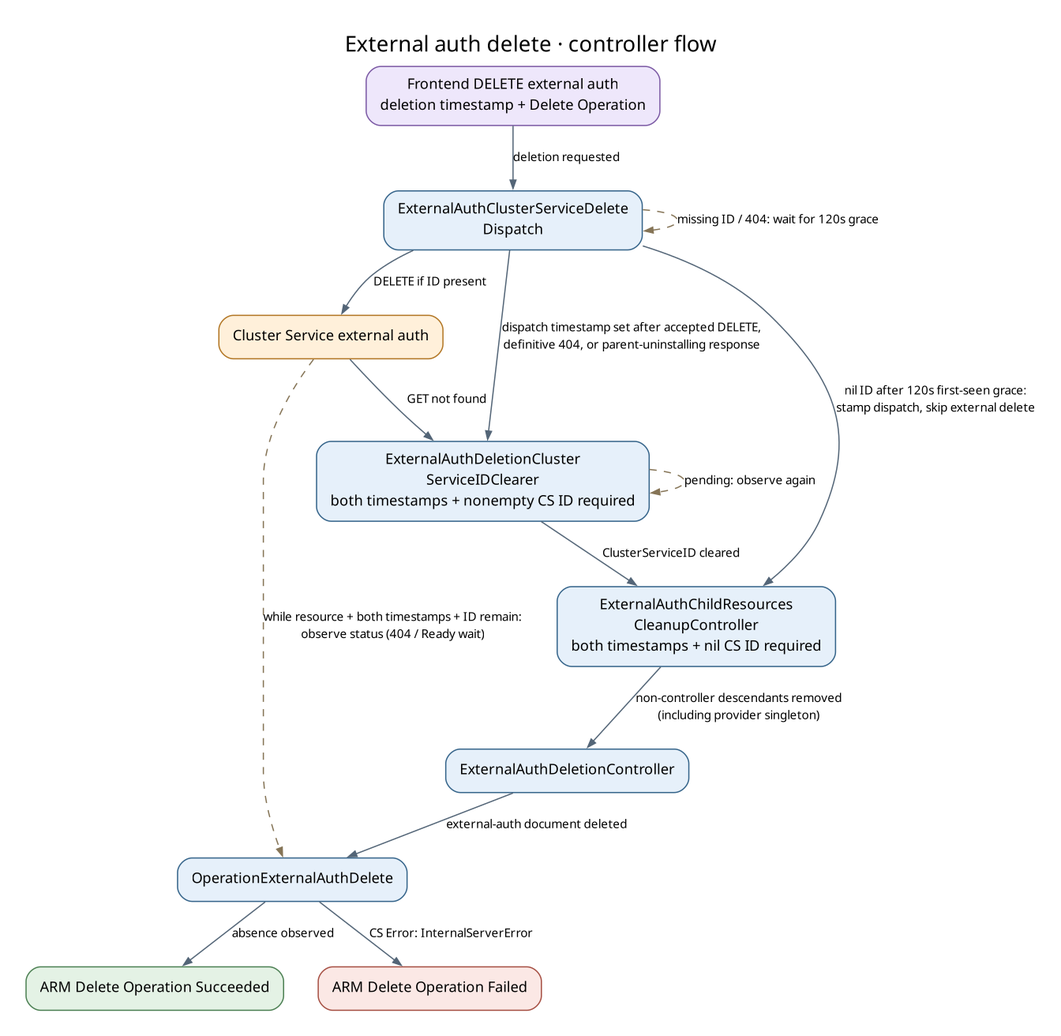
Earlier version of the Graphviz export docs/generated/diagrams/controller-flows/externalauth-delete.png (Azure/ARO-HCP). Its source is kept beside it as docs/generated/diagrams/controller-flows/externalauth-delete.dot.
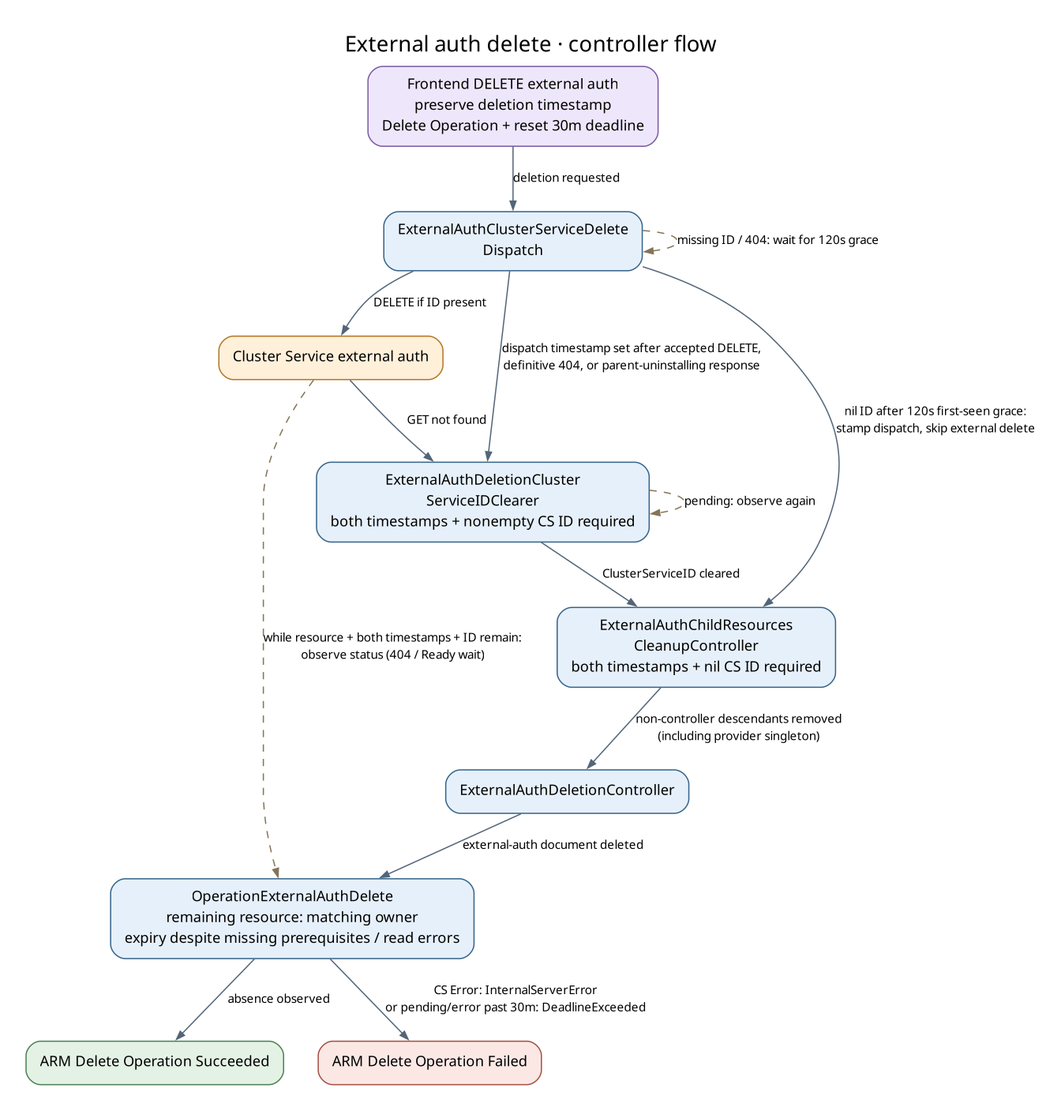
After the change.

What changed in the source:
```diff
@@ -2,13 +2,13 @@
   graph [rankdir=TB, bgcolor="white", pad="0.3", nodesep="0.4", ranksep="0.55", fontname="DejaVu Sans", fontsize=18, labelloc=t, label="External auth delete · controller flow", dpi=110];
   node [shape=box, style="rounded,filled", fillcolor="#e6f0fa", color="#35648a", fontname="DejaVu Sans", fontsize=12, margin="0.16,0.10"];
   edge [color="#536577", fontname="DejaVu Sans", fontsize=10, arrowsize=0.7];
-  api [label="Frontend DELETE external auth\ndeletion timestamp + Delete Operation", fillcolor="#eee7fb", color="#7b59a4"];
+  api [label="Frontend DELETE external auth\npreserve deletion timestamp\nDelete Operation + reset 30m deadline", fillcolor="#eee7fb", color="#7b59a4"];
   dispatch [label="ExternalAuthClusterServiceDelete\nDispatch", fillcolor="#e6f0fa", color="#35648a"];
   cs [label="Cluster Service external auth", fillcolor="#fff0da", color="#b27624"];
   clear [label="ExternalAuthDeletionCluster\nServiceIDClearer\nboth timestamps + nonempty CS ID required", fillcolor="#e6f0fa", color="#35648a"];
   cleanup [label="ExternalAuthChildResources\nCleanupController\nboth timestamps + nil CS ID required", fillcolor="#e6f0fa", color="#35648a"];
   final [label="ExternalAuthDeletionController", fillcolor="#e6f0fa", color="#35648a"];
-  op [label="OperationExternalAuthDelete", fillcolor="#e6f0fa", color="#35648a"];
+  op [label="OperationExternalAuthDelete\nremaining resource: matching owner\nexpiry despite missing prerequisites / read errors", fillcolor="#e6f0fa", color="#35648a"];
   done [label="ARM Delete Operation Succeeded", fillcolor="#e4f2e5", color="#4c8053"];
   failed [label="ARM Delete Operation Failed", fillcolor="#fbe8e5", color="#a64f43"];
   api -> dispatch [label="deletion requested"];
@@ -21,7 +21,7 @@
   final -> op [label="external-auth document deleted"];
   op -> done [label="absence observed"];
   cs -> op [label="while resource + both timestamps + ID remain:\nobserve status (404 / Ready wait)", style=dashed, color="#857456"];
-  op -> failed [label="CS Error: InternalServerError"];
+  op -> failed [label="CS Error: InternalServerError\nor pending/error past 30m: DeadlineExceeded"];
   dispatch -> dispatch [label="missing ID / 404: wait for 120s grace", style=dashed, color="#857456", constraint=false];
   clear -> clear [label="pending: observe again", style=dashed, color="#857456", constraint=false];
 }
```
